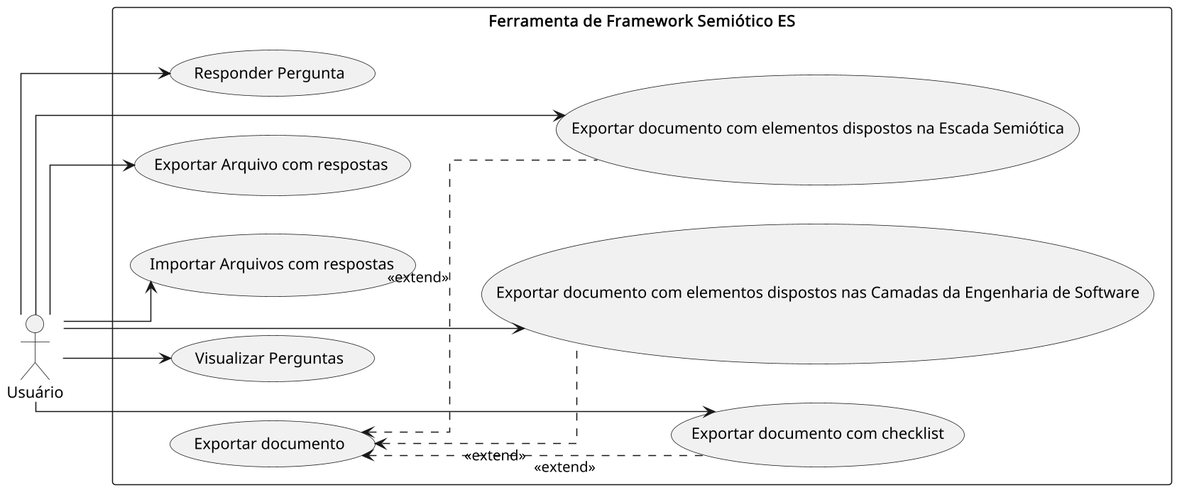
Earlier version of the PlantUML export out/docs/requirements/use_cases/use_cases.png (auri-gabriel/semiotic-framework-tool).
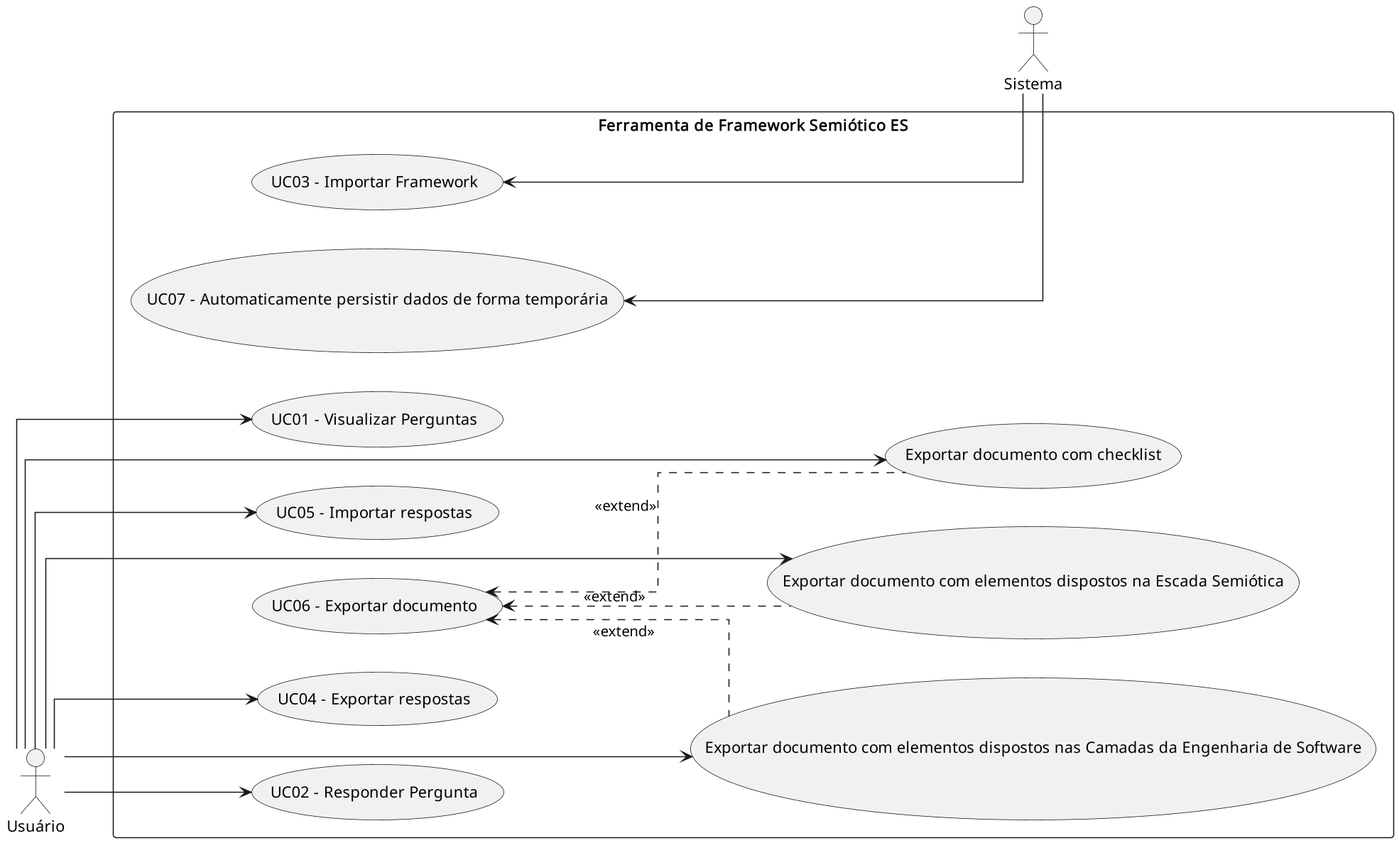
After the change.

Commit message:
docs(use_cases): update UC diagram

Change to the diagram source:
```diff
@@ -1,19 +1,27 @@
 @startuml use_cases
 skinparam dpi 150
 left to right direction
-actor Usuário
 skinparam linetype ortho
 
+actor Usuário
+actor Sistema
+
 rectangle "Ferramenta de Framework Semiótico ES" {
-    (Visualizar Perguntas) as visualizar
-    (Responder Pergunta) as responder
-    (Exportar Arquivo com respostas) as salvar
-    (Importar Arquivos com respostas) as importar
-    (Exportar documento) as exportar
+    (UC01 - Visualizar Perguntas) as visualizar
+    (UC02 - Responder Pergunta) as responder
+    (UC03 - Importar Framework) as importar_framework
+    (UC04 - Exportar respostas) as salvar
+    (UC05 - Importar respostas) as importar
+    (UC06 - Exportar documento) as exportar
+    (UC07 - Automaticamente persistir dados de forma temporária) as temp_db
+
     (Exportar documento com elementos dispostos nas Camadas da Engenharia de Software) as camadas
     (Exportar documento com checklist) as checklist
     (Exportar documento com elementos dispostos na Escada Semiótica) as escada
 }
+
+ importar_framework <-- Sistema
+ temp_db <-- Sistema
 
 Usuário --> visualizar
 Usuário --> responder
```
